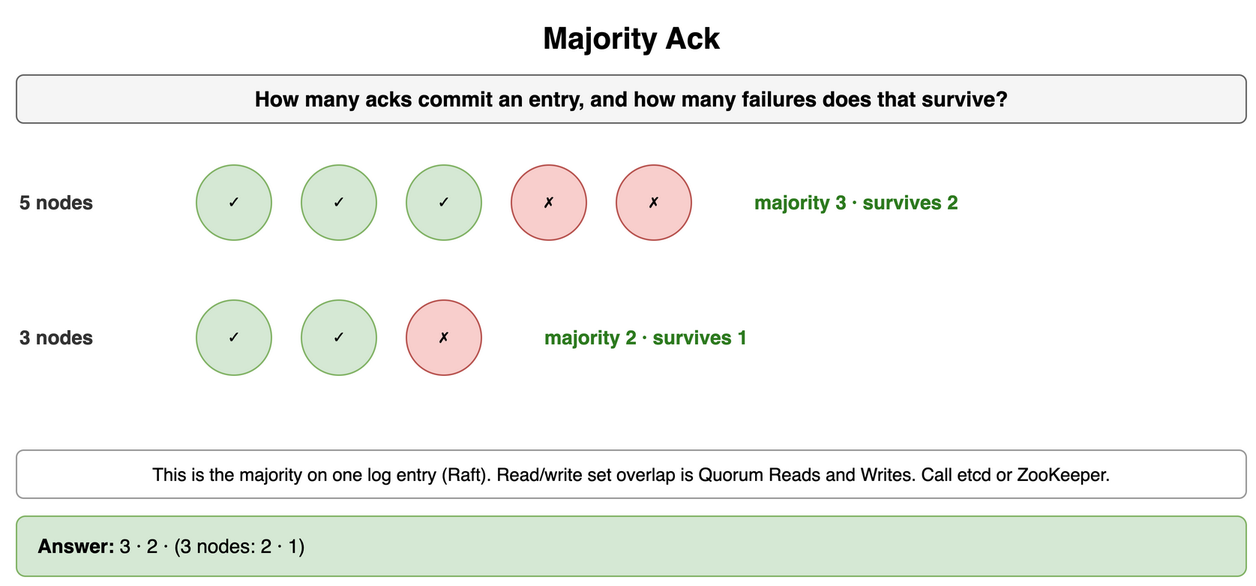
Before: content/09_System_Design_Interview/16_Transactions_and_Concurrency_Control/diagrams/transactions-drills-6-majority-ack.png, a diagram exported from draw.io (amendez13/swe-study-guide). Source tidied: cells renumbered, new cells last; positions are measured from the earlier drawing's top-left corner, leaving out a move shared by most shapes.
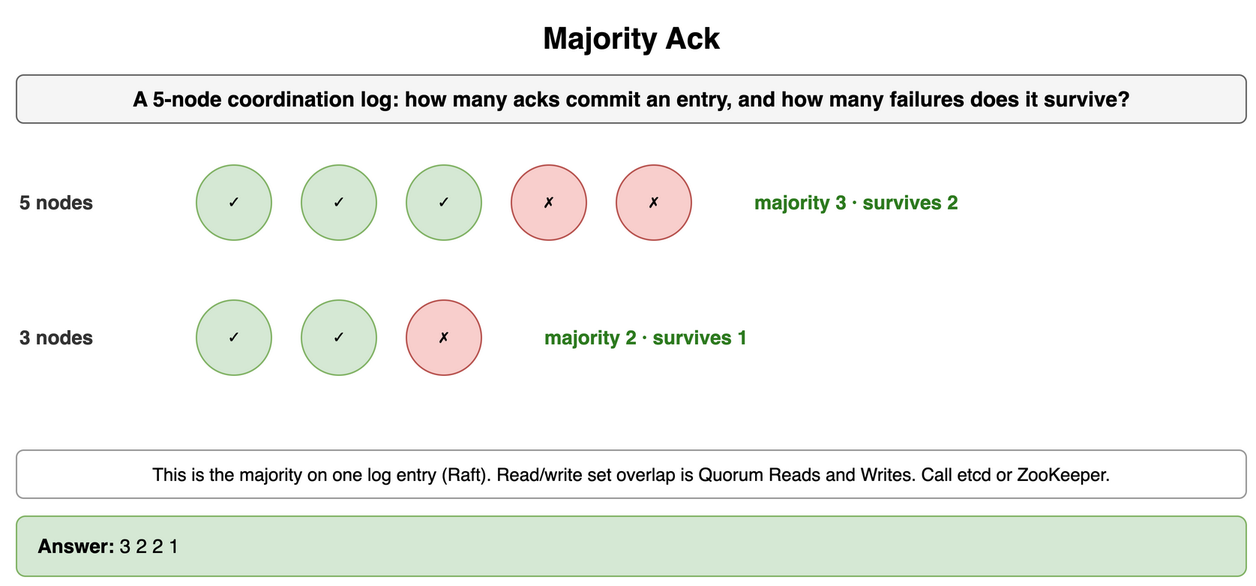
The same diagram one commit later.

What changed in the source:
```diff
@@ -5,7 +5,7 @@
     <mxCell id="2" value="Majority Ack" style="text;html=1;align=center;verticalAlign=middle;whiteSpace=wrap;fontSize=20;fontStyle=1;" parent="1" vertex="1">
       <mxGeometry width="820" height="30" as="geometry" />
     </mxCell>
-    <mxCell id="3" value="How many acks commit an entry, and how many failures does that survive?" style="rounded=1;whiteSpace=wrap;html=1;fillColor=#f5f5f5;strokeColor=#666666;fontStyle=1;fontSize=14;" parent="1" vertex="1">
+    <mxCell id="3" value="A 5-node coordination log: how many acks commit an entry, and how many failures does it survive?" style="rounded=1;whiteSpace=wrap;html=1;fillColor=#f5f5f5;strokeColor=#666666;fontStyle=1;fontSize=14;" parent="1" vertex="1">
       <mxGeometry y="40" width="820" height="32" as="geometry" />
     </mxCell>
     <mxCell id="4" value="5 nodes" style="text;html=1;whiteSpace=wrap;fontSize=11;align=left;verticalAlign=middle;fontSize=13;fontColor=#333333;fontStyle=1;" parent="1" vertex="1">
@@ -47,7 +47,7 @@
     <mxCell id="16" value="This is the majority on one log entry (Raft). Read/write set overlap is Quorum Reads and Writes. Call etcd or ZooKeeper." style="rounded=1;whiteSpace=wrap;html=1;fillColor=#ffffff;strokeColor=#999999;fontSize=12;align=center;" parent="1" vertex="1">
       <mxGeometry y="290" width="820" height="32" as="geometry" />
     </mxCell>
-    <mxCell id="17" value="&lt;b&gt;Answer:&lt;/b&gt; 3 · 2 · (3 nodes: 2 · 1)" style="rounded=1;whiteSpace=wrap;html=1;fillColor=#d5e8d4;strokeColor=#82b366;fontSize=13;align=left;spacingLeft=12;" parent="1" vertex="1">
+    <mxCell id="17" value="&lt;b&gt;Answer:&lt;/b&gt; 3 2 2 1" style="rounded=1;whiteSpace=wrap;html=1;fillColor=#d5e8d4;strokeColor=#82b366;fontSize=13;align=left;spacingLeft=12;" parent="1" vertex="1">
       <mxGeometry y="334" width="820" height="40" as="geometry" />
     </mxCell>
   </root>
```
